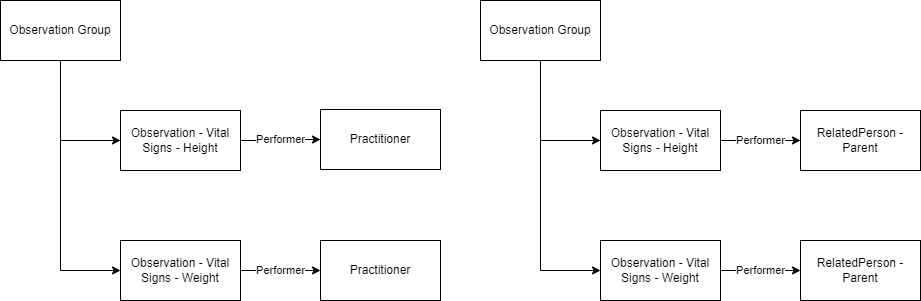
callumsaint/dsw-FHIR-Standards-demo keeps this draw.io diagram as images/parental-obs.png. Above is the earlier version. Source tidied: cells renumbered, new cells last; positions are measured from the earlier drawing's top-left corner, leaving out a move shared by most shapes.
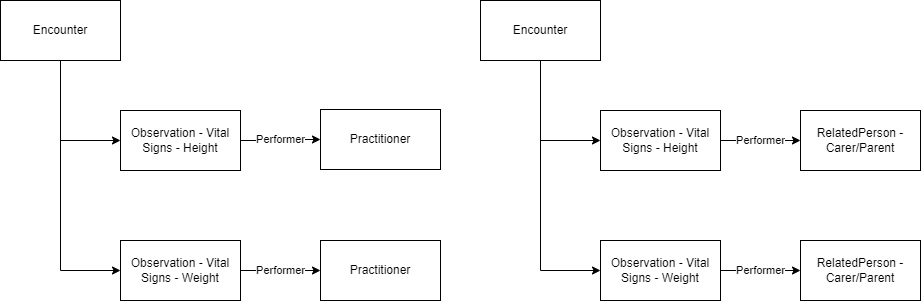
After the change.

The edit, as a diff of the source:
```diff
@@ -8,7 +8,7 @@
     <mxCell id="3" style="edgeStyle=orthogonalEdgeStyle;rounded=0;jettySize=auto;html=1;entryX=0;entryY=0.5;entryDx=0;entryDy=0;" parent="1" edge="1" source="4" target="7">
       <mxGeometry relative="1" as="geometry" />
     </mxCell>
-    <mxCell id="4" value="Observation Group" style="rounded=0;whiteSpace=wrap;html=1;" parent="1" vertex="1">
+    <mxCell id="4" value="Encounter" style="rounded=0;whiteSpace=wrap;html=1;" parent="1" vertex="1">
       <mxGeometry x="480" width="120" height="60" as="geometry" />
     </mxCell>
     <mxCell id="5" value="Performer" style="edgeStyle=orthogonalEdgeStyle;rounded=0;jettySize=auto;html=1;entryX=0;entryY=0.5;entryDx=0;entryDy=0;" parent="1" edge="1" source="6" target="8">
@@ -20,13 +20,13 @@
     <mxCell id="7" value="Observation - Vital Signs - Weight" style="rounded=0;whiteSpace=wrap;html=1;" parent="1" vertex="1">
       <mxGeometry x="600" y="240" width="120" height="60" as="geometry" />
     </mxCell>
-    <mxCell id="8" value="RelatedPerson - Parent" style="whiteSpace=wrap;html=1;rounded=0;" parent="1" vertex="1">
+    <mxCell id="8" value="RelatedPerson - Carer/Parent" style="whiteSpace=wrap;html=1;rounded=0;" parent="1" vertex="1">
       <mxGeometry x="800" y="110" width="120" height="60" as="geometry" />
     </mxCell>
     <mxCell id="9" value="Performer" style="edgeStyle=orthogonalEdgeStyle;rounded=0;jettySize=auto;html=1;exitX=1;exitY=0.5;exitDx=0;exitDy=0;" parent="1" edge="1" source="7" target="10">
       <mxGeometry relative="1" as="geometry" />
     </mxCell>
-    <mxCell id="10" value="RelatedPerson - Parent" style="whiteSpace=wrap;html=1;rounded=0;" parent="1" vertex="1">
+    <mxCell id="10" value="RelatedPerson - Carer/Parent" style="whiteSpace=wrap;html=1;rounded=0;" parent="1" vertex="1">
       <mxGeometry x="800" y="240" width="120" height="60" as="geometry" />
     </mxCell>
     <mxCell id="11" style="edgeStyle=orthogonalEdgeStyle;rounded=0;jettySize=auto;html=1;entryX=0;entryY=0.5;entryDx=0;entryDy=0;" parent="1" edge="1" source="13" target="15">
@@ -35,7 +35,7 @@
     <mxCell id="12" style="edgeStyle=orthogonalEdgeStyle;rounded=0;jettySize=auto;html=1;entryX=0;entryY=0.5;entryDx=0;entryDy=0;" parent="1" edge="1" source="13" target="16">
       <mxGeometry relative="1" as="geometry" />
     </mxCell>
-    <mxCell id="13" value="Observation Group" style="rounded=0;whiteSpace=wrap;html=1;" parent="1" vertex="1">
+    <mxCell id="13" value="Encounter" style="rounded=0;whiteSpace=wrap;html=1;" parent="1" vertex="1">
       <mxGeometry width="120" height="60" as="geometry" />
     </mxCell>
     <mxCell id="14" value="Performer" style="edgeStyle=orthogonalEdgeStyle;rounded=0;jettySize=auto;html=1;entryX=0;entryY=0.5;entryDx=0;entryDy=0;" parent="1" edge="1" source="15" target="17">
```
